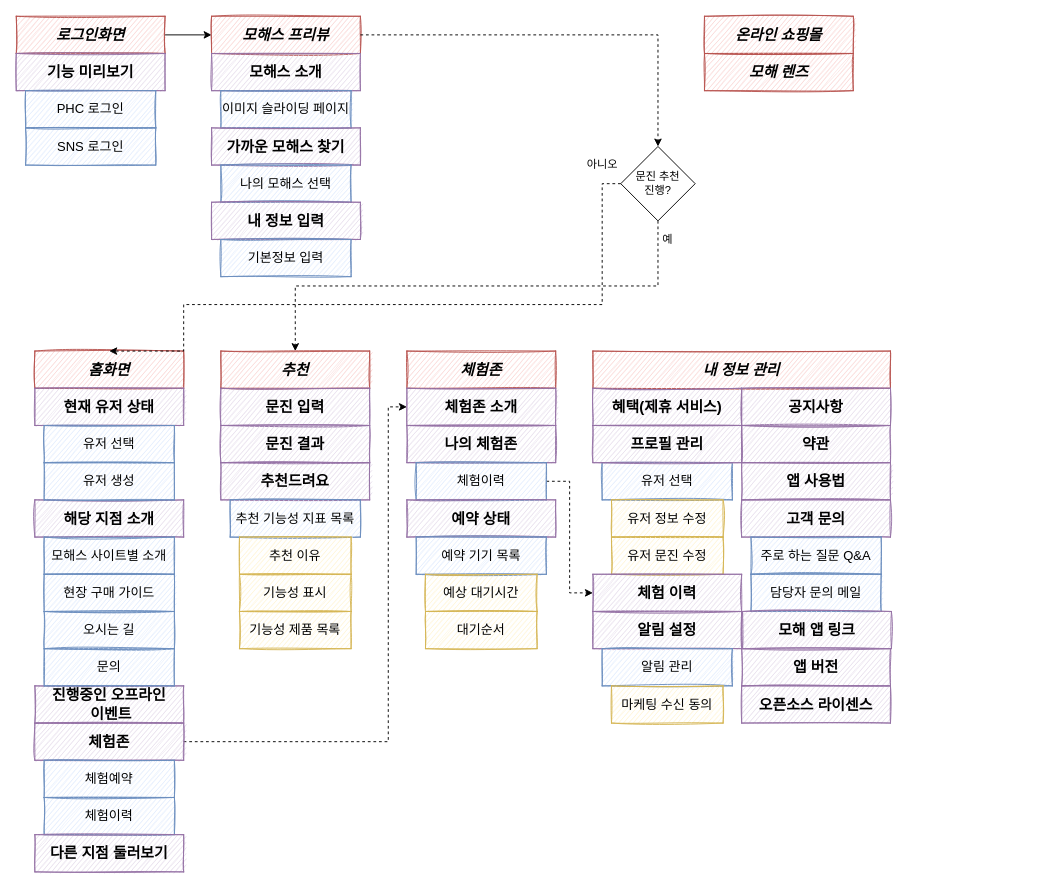
wonju5332/TIL keeps this draw.io diagram as page "V B2 메뉴구조도" (7 of 11) of 제목 없는 다이어그램.drawio. Above is the earlier version. Source tidied: cells renumbered, new cells numbered last; positions are measured from the earlier drawing's top-left corner, leaving out a move shared by most shapes. Both pictures are drawn from the tidied source at 93%, with x=0, y=0 at pixel (16, 16).
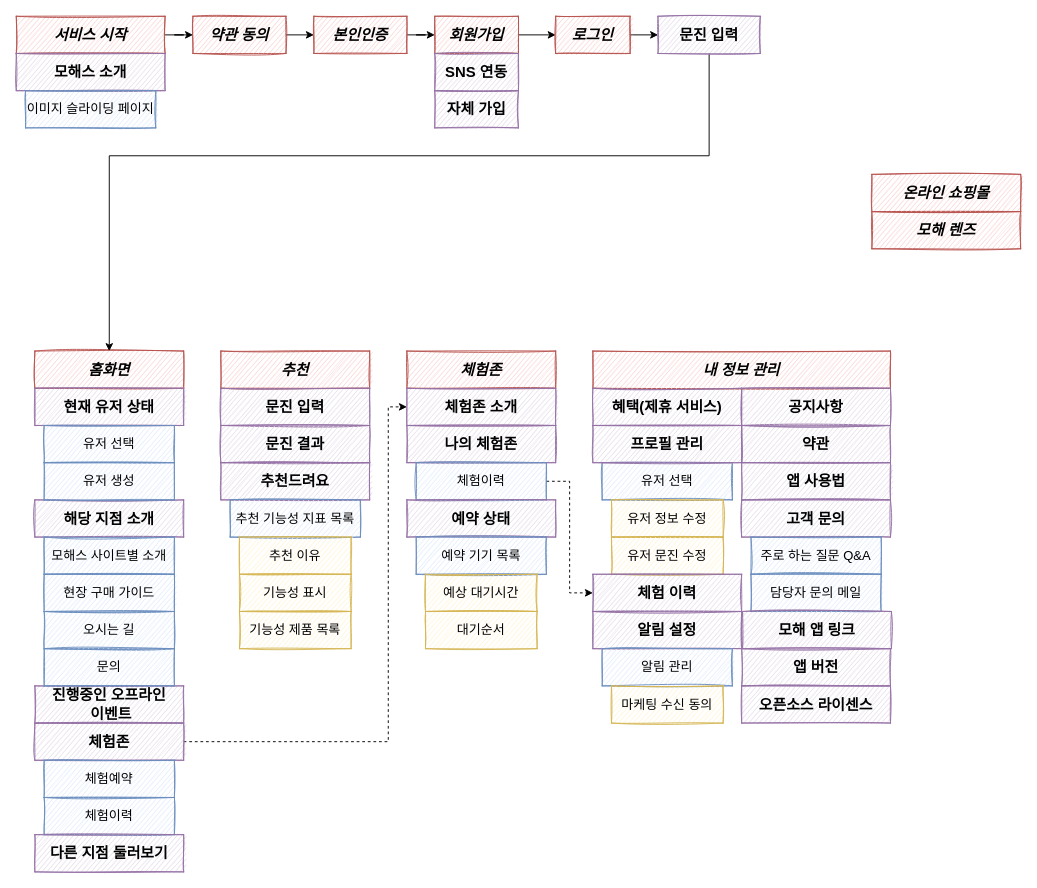
Above is the later version.

Unchanged cells that the change refers to:
```xml
<mxCell id="18" value="홈화면" style="whiteSpace=wrap;html=1;rounded=0;sketch=1;glass=0;fillColor=#f8cecc;strokeColor=#b85450;fontSize=16;fontStyle=3;" parent="1" vertex="1">
  <mxGeometry x="20" y="360" width="160" height="40" as="geometry" />
</mxCell>
<mxCell id="19" value="추천" style="whiteSpace=wrap;html=1;rounded=0;sketch=1;glass=0;fillColor=#f8cecc;strokeColor=#b85450;fontSize=16;fontStyle=3;" parent="1" vertex="1">
  <mxGeometry x="220" y="360" width="160" height="40" as="geometry" />
</mxCell>
```

What changed in the source:
```diff
@@
-    <mxCell id="3" value="로그인화면" style="whiteSpace=wrap;html=1;rounded=0;sketch=1;glass=0;fillColor=#f8cecc;strokeColor=#b85450;fontSize=16;fontStyle=3;" parent="1" vertex="1">
+    <mxCell id="3" value="서비스 시작" style="whiteSpace=wrap;html=1;rounded=0;sketch=1;glass=0;fillColor=#f8cecc;strokeColor=#b85450;fontSize=16;fontStyle=3;" parent="1" vertex="1">
       <mxGeometry width="160" height="40" as="geometry" />
     </mxCell>
-    <mxCell id="4" value="기능 미리보기" style="whiteSpace=wrap;html=1;rounded=0;sketch=1;glass=0;fillColor=#e1d5e7;strokeColor=#9673a6;fontSize=16;fontStyle=1;" parent="1" vertex="1">
-      <mxGeometry y="40" width="160" height="40" as="geometry" />
-    </mxCell>
-    <mxCell id="5" value="PHC 로그인" style="whiteSpace=wrap;html=1;rounded=0;sketch=1;glass=0;fillColor=#dae8fc;strokeColor=#6c8ebf;fontSize=14;fontStyle=0;" parent="1" vertex="1">
-      <mxGeometry x="10" y="80" width="140" height="40" as="geometry" />
-    </mxCell>
-    <mxCell id="6" value="SNS 로그인" style="whiteSpace=wrap;html=1;rounded=0;sketch=1;glass=0;fillColor=#dae8fc;strokeColor=#6c8ebf;fontSize=14;fontStyle=0;" parent="1" vertex="1">
-      <mxGeometry x="10" y="120" width="140" height="40" as="geometry" />
-    </mxCell>
     <mxCell id="7" value="온라인 쇼핑몰" style="whiteSpace=wrap;html=1;rounded=0;sketch=1;glass=0;fillColor=#f8cecc;strokeColor=#b85450;fontSize=16;fontStyle=3;" parent="1" vertex="1">
-      <mxGeometry x="740" width="160" height="40" as="geometry" />
+      <mxGeometry x="920" y="170" width="160" height="40" as="geometry" />
     </mxCell>
@@
+    <mxCell id="73" style="edgeStyle=orthogonalEdgeStyle;rounded=0;jettySize=auto;html=1;exitX=1;exitY=0.5;exitDx=0;exitDy=0;entryX=0;entryY=0.5;entryDx=0;entryDy=0;" parent="1" edge="1" source="9" target="75">
+      <mxGeometry relative="1" as="geometry" />
+    </mxCell>
-    <mxCell id="9" value="모해스 프리뷰" style="whiteSpace=wrap;html=1;rounded=0;sketch=1;glass=0;fillColor=#f8cecc;strokeColor=#b85450;fontSize=16;fontStyle=3;" parent="1" vertex="1">
-      <mxGeometry x="210" width="160" height="40" as="geometry" />
+    <mxCell id="9" value="약관 동의" style="whiteSpace=wrap;html=1;rounded=0;sketch=1;glass=0;fillColor=#f8cecc;strokeColor=#b85450;fontSize=16;fontStyle=3;" parent="1" vertex="1">
+      <mxGeometry x="190" width="100" height="40" as="geometry" />
     </mxCell>
     <mxCell id="10" value="모해스 소개" style="whiteSpace=wrap;html=1;rounded=0;sketch=1;glass=0;fillColor=#e1d5e7;strokeColor=#9673a6;fontSize=16;fontStyle=1;" parent="1" vertex="1">
-      <mxGeometry x="210" y="40" width="160" height="40" as="geometry" />
+      <mxGeometry y="40" width="160" height="40" as="geometry" />
     </mxCell>
     <mxCell id="11" value="이미지 슬라이딩 페이지" style="whiteSpace=wrap;html=1;rounded=0;sketch=1;glass=0;fillColor=#dae8fc;strokeColor=#6c8ebf;fontSize=14;fontStyle=0;" parent="1" vertex="1">
-      <mxGeometry x="220" y="80" width="140" height="40" as="geometry" />
+      <mxGeometry x="10" y="80" width="140" height="40" as="geometry" />
     </mxCell>
-    <mxCell id="12" value="가까운 모해스 찾기" style="whiteSpace=wrap;html=1;rounded=0;sketch=1;glass=0;fillColor=#e1d5e7;strokeColor=#9673a6;fontSize=16;fontStyle=1;" parent="1" vertex="1">
-      <mxGeometry x="210" y="120" width="160" height="40" as="geometry" />
-    </mxCell>
-    <mxCell id="13" value="나의 모해스 선택" style="whiteSpace=wrap;html=1;rounded=0;sketch=1;glass=0;fillColor=#dae8fc;strokeColor=#6c8ebf;fontSize=14;fontStyle=0;" parent="1" vertex="1">
-      <mxGeometry x="220" y="160" width="140" height="40" as="geometry" />
-    </mxCell>
-    <mxCell id="14" value="내 정보 입력" style="whiteSpace=wrap;html=1;rounded=0;sketch=1;glass=0;fillColor=#e1d5e7;strokeColor=#9673a6;fontSize=16;fontStyle=1;" parent="1" vertex="1">
-      <mxGeometry x="210" y="200" width="160" height="40" as="geometry" />
-    </mxCell>
-    <mxCell id="15" value="기본정보 입력" style="whiteSpace=wrap;html=1;rounded=0;sketch=1;glass=0;fillColor=#dae8fc;strokeColor=#6c8ebf;fontSize=14;fontStyle=0;" parent="1" vertex="1">
-      <mxGeometry x="220" y="240" width="140" height="40" as="geometry" />
-    </mxCell>
-    <mxCell id="16" style="edgeStyle=orthogonalEdgeStyle;rounded=0;jettySize=auto;html=1;entryX=0.5;entryY=0;entryDx=0;entryDy=0;fontColor=#C4C4C4;dashed=1;exitX=0.5;exitY=1;exitDx=0;exitDy=0;" parent="1" edge="1" source="21" target="19">
-      <mxGeometry relative="1" as="geometry" />
-    </mxCell>
-    <mxCell id="17" style="edgeStyle=orthogonalEdgeStyle;rounded=0;jettySize=auto;html=1;dashed=1;fontColor=#C4C4C4;entryX=0.5;entryY=0;entryDx=0;entryDy=0;" parent="1" edge="1" source="9" target="21">
-      <mxGeometry relative="1" as="geometry">
-        <Array as="points">
-          <mxPoint x="690" y="20" />
-        </Array>
-      </mxGeometry>
-    </mxCell>
@@
-    <mxCell id="20" style="edgeStyle=orthogonalEdgeStyle;rounded=0;jettySize=auto;html=1;dashed=1;fontColor=#000000;entryX=0.5;entryY=0;entryDx=0;entryDy=0;" parent="1" edge="1" source="21" target="18">
-      <mxGeometry relative="1" as="geometry">
-        <Array as="points">
-          <mxPoint x="630" y="180" />
-          <mxPoint x="630" y="310" />
-          <mxPoint x="180" y="310" />
-        </Array>
-      </mxGeometry>
-    </mxCell>
-    <mxCell id="21" value="&lt;font color=&quot;#000000&quot;&gt;문진 추천 &lt;br&gt;진행?&lt;/font&gt;" style="rhombus;whiteSpace=wrap;html=1;fontColor=#C4C4C4;" parent="1" vertex="1">
-      <mxGeometry x="650" y="140" width="80" height="80" as="geometry" />
-    </mxCell>
-    <mxCell id="22" value="예" style="text;html=1;align=center;verticalAlign=middle;strokeColor=none;fillColor=none;fontColor=#000000;" parent="1" vertex="1">
-      <mxGeometry x="685" y="230" width="30" height="20" as="geometry" />
-    </mxCell>
-    <mxCell id="23" value="아니오" style="text;html=1;align=center;verticalAlign=middle;strokeColor=none;fillColor=none;fontColor=#000000;" parent="1" vertex="1">
-      <mxGeometry x="605" y="150" width="50" height="20" as="geometry" />
-    </mxCell>
@@
     <mxCell id="72" value="모해 렌즈" style="whiteSpace=wrap;html=1;rounded=0;sketch=1;glass=0;fillColor=#f8cecc;strokeColor=#b85450;fontSize=16;fontStyle=3;" parent="1" vertex="1">
-      <mxGeometry x="740" y="40" width="160" height="40" as="geometry" />
+      <mxGeometry x="920" y="210" width="160" height="40" as="geometry" />
     </mxCell>
+    <mxCell id="74" style="edgeStyle=orthogonalEdgeStyle;rounded=0;jettySize=auto;html=1;entryX=0;entryY=0.5;entryDx=0;entryDy=0;" parent="1" edge="1" source="75" target="77">
+      <mxGeometry relative="1" as="geometry" />
+    </mxCell>
+    <mxCell id="75" value="본인인증" style="whiteSpace=wrap;html=1;rounded=0;sketch=1;glass=0;fillColor=#f8cecc;strokeColor=#b85450;fontSize=16;fontStyle=3;" parent="1" vertex="1">
+      <mxGeometry x="320" width="100" height="40" as="geometry" />
+    </mxCell>
+    <mxCell id="76" style="edgeStyle=orthogonalEdgeStyle;rounded=0;jettySize=auto;html=1;entryX=0;entryY=0.5;entryDx=0;entryDy=0;" parent="1" edge="1" source="77" target="79">
+      <mxGeometry relative="1" as="geometry" />
+    </mxCell>
+    <mxCell id="77" value="회원가입" style="whiteSpace=wrap;html=1;rounded=0;sketch=1;glass=0;fillColor=#f8cecc;strokeColor=#b85450;fontSize=16;fontStyle=3;" parent="1" vertex="1">
+      <mxGeometry x="450" width="90" height="40" as="geometry" />
+    </mxCell>
+    <mxCell id="78" style="edgeStyle=orthogonalEdgeStyle;rounded=0;jettySize=auto;html=1;exitX=1;exitY=0.5;exitDx=0;exitDy=0;" parent="1" edge="1" source="79">
+      <mxGeometry relative="1" as="geometry">
+        <mxPoint x="690.1" y="20.1" as="targetPoint" />
+      </mxGeometry>
+    </mxCell>
+    <mxCell id="79" value="로그인" style="whiteSpace=wrap;html=1;rounded=0;sketch=1;glass=0;fillColor=#f8cecc;strokeColor=#b85450;fontSize=16;fontStyle=3;" parent="1" vertex="1">
+      <mxGeometry x="580" width="80" height="40" as="geometry" />
+    </mxCell>
+    <mxCell id="80" value="SNS 연동" style="whiteSpace=wrap;html=1;rounded=0;sketch=1;glass=0;fillColor=#e1d5e7;strokeColor=#9673a6;fontSize=16;fontStyle=1;" parent="1" vertex="1">
+      <mxGeometry x="450" y="40" width="90" height="40" as="geometry" />
+    </mxCell>
+    <mxCell id="81" value="자체 가입" style="whiteSpace=wrap;html=1;rounded=0;sketch=1;glass=0;fillColor=#e1d5e7;strokeColor=#9673a6;fontSize=16;fontStyle=1;" parent="1" vertex="1">
+      <mxGeometry x="450" y="80" width="90" height="40" as="geometry" />
+    </mxCell>
+    <mxCell id="82" style="edgeStyle=orthogonalEdgeStyle;rounded=0;jettySize=auto;html=1;" parent="1" edge="1" source="83" target="18">
+      <mxGeometry relative="1" as="geometry">
+        <Array as="points">
+          <mxPoint x="745" y="150" />
+          <mxPoint x="100" y="150" />
+        </Array>
+      </mxGeometry>
+    </mxCell>
+    <mxCell id="83" value="문진 입력" style="whiteSpace=wrap;html=1;rounded=0;sketch=1;glass=0;fillColor=#e1d5e7;strokeColor=#9673a6;fontSize=16;fontStyle=1;" parent="1" vertex="1">
+      <mxGeometry x="690" width="110" height="40" as="geometry" />
+    </mxCell>
```
